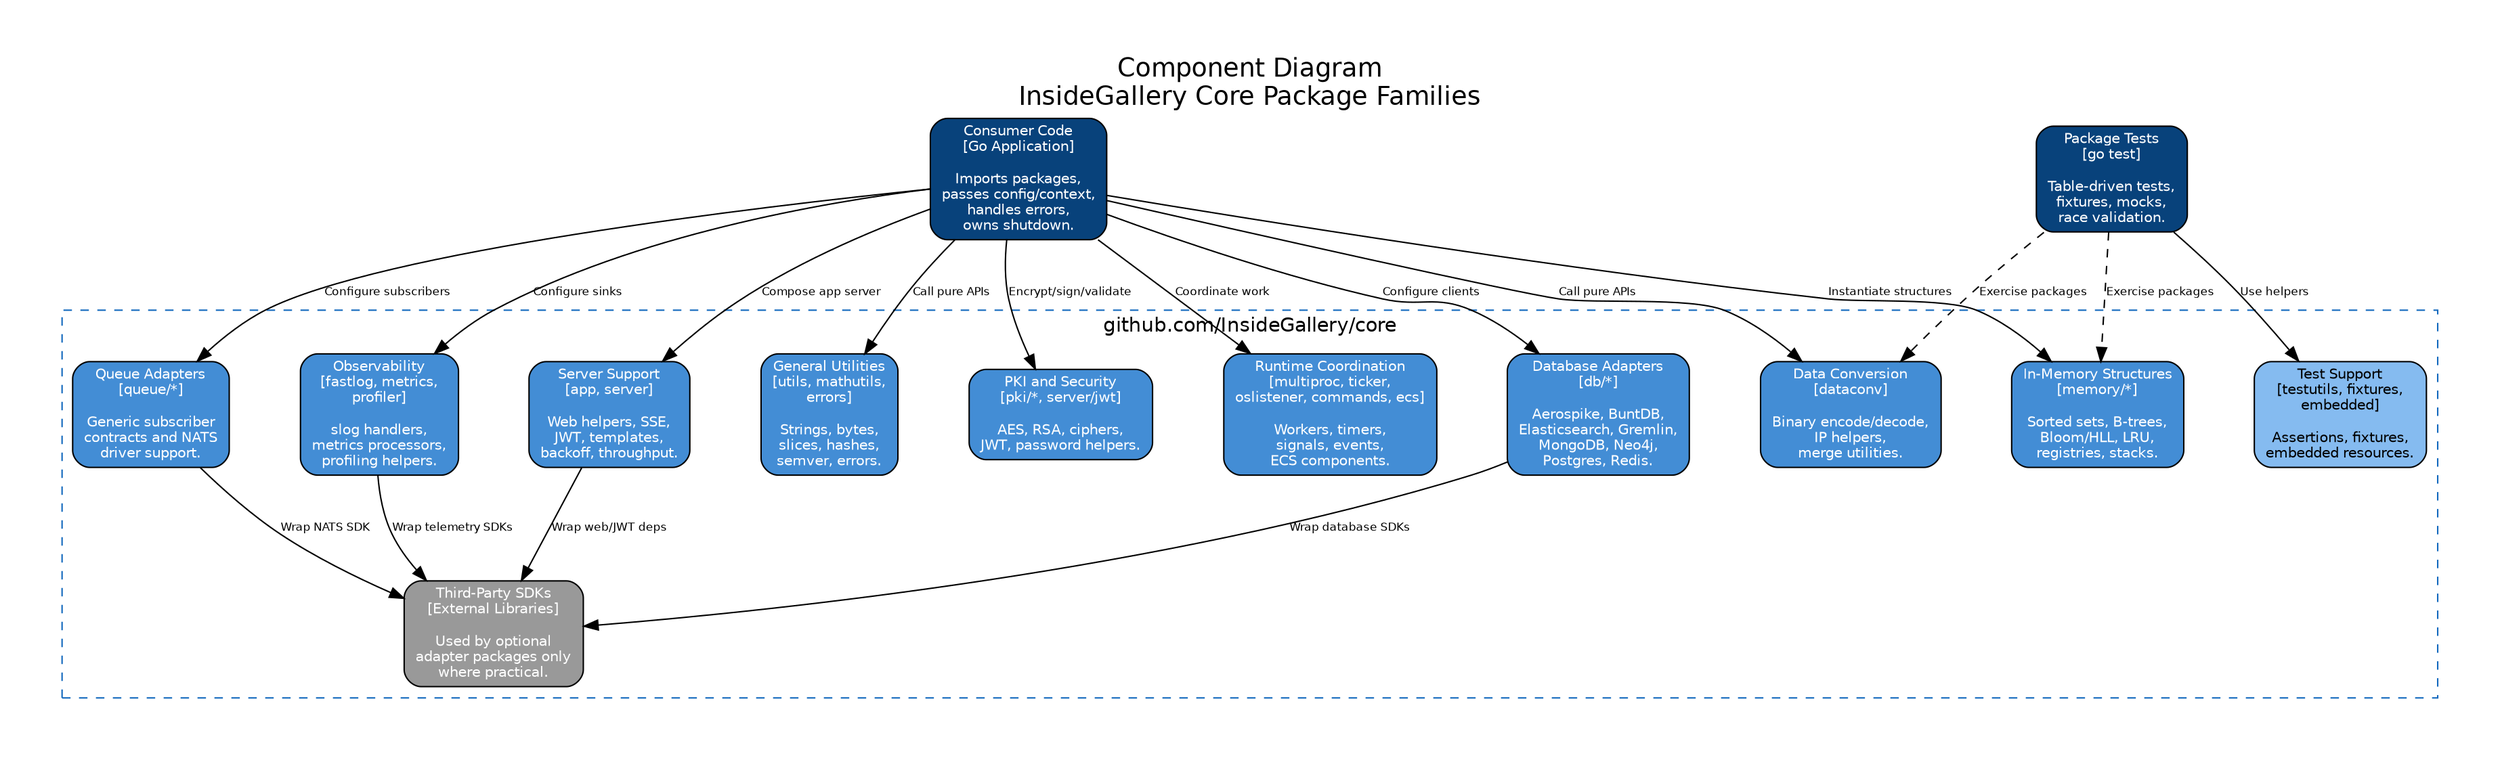
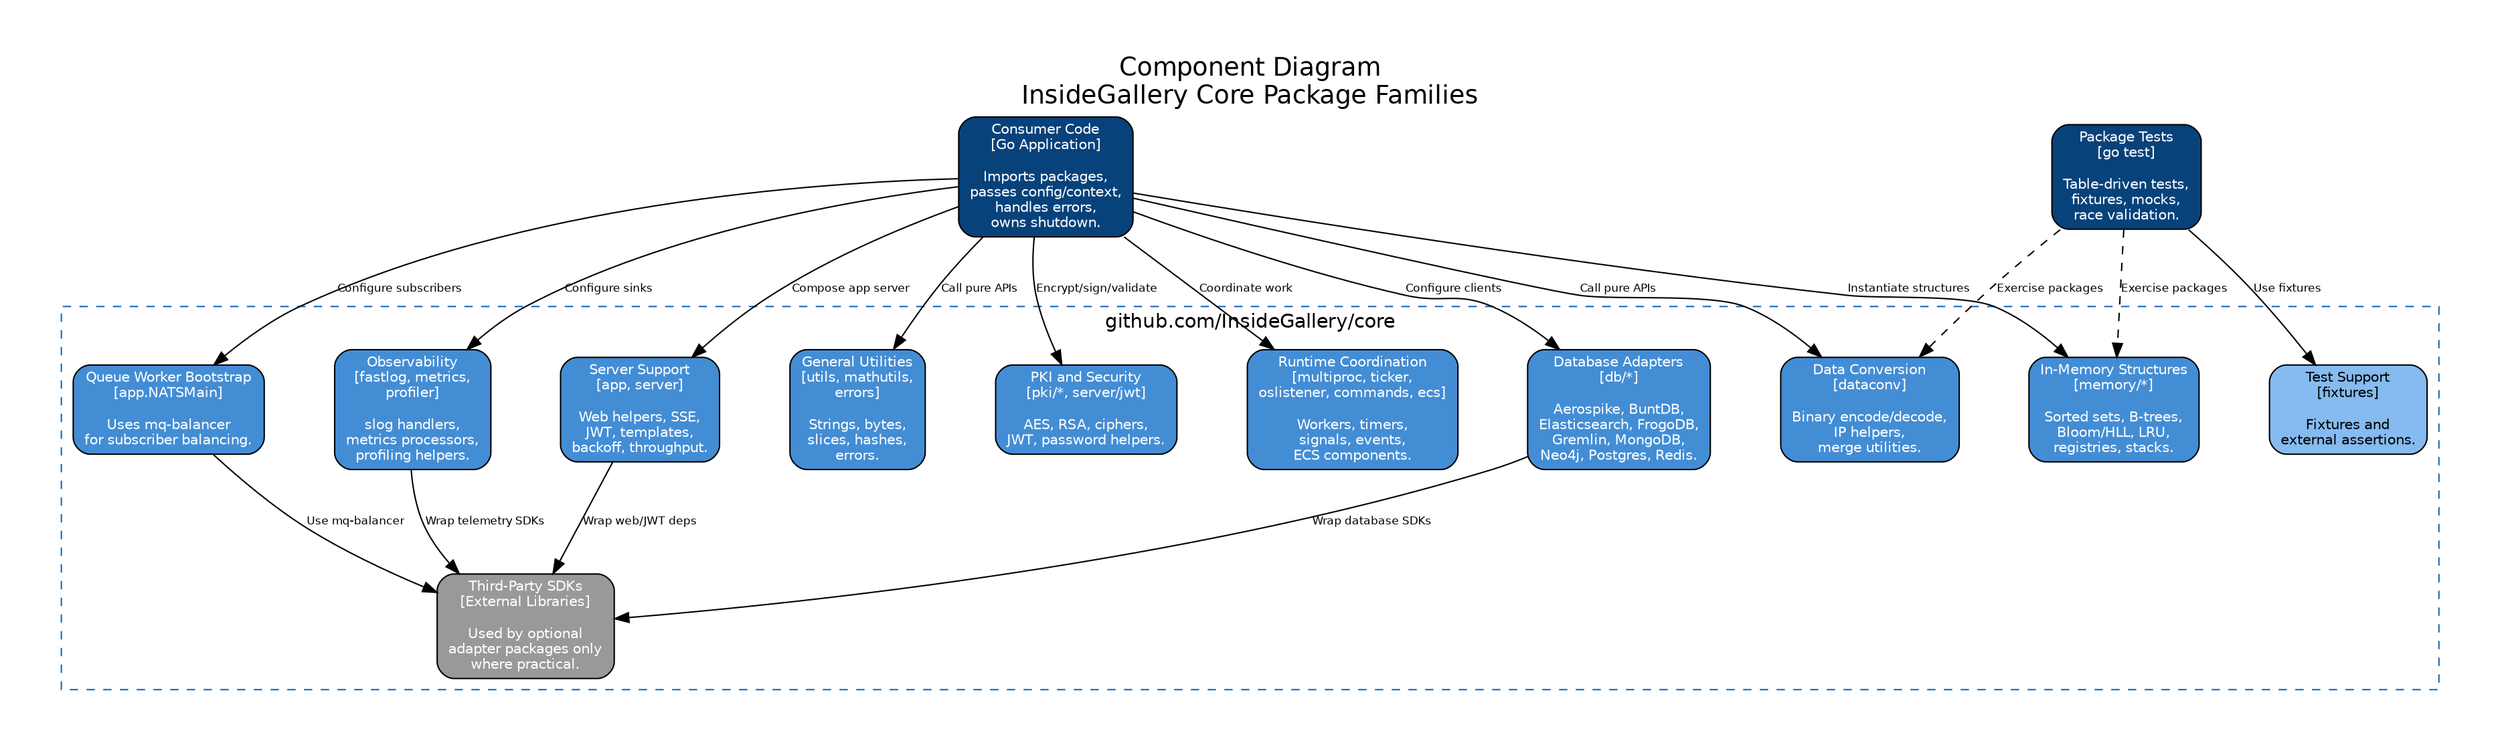
digraph C4_Component_Core {
    graph [
        label="Component Diagram\nInsideGallery Core Package Families"
        labelloc=t
        fontsize=18
        fontname="Helvetica"
        rankdir=TB
        compound=true
        nodesep=0.7
        ranksep=0.9
        pad=0.5
    ]
    node [shape=box style="filled,rounded" fontname="Helvetica" fontsize=10]
    edge [fontname="Helvetica" fontsize=8]

    consumer [
        label="Consumer Code\n[Go Application]\n\nImports packages,\npasses config/context,\nhandles errors,\nowns shutdown."
        fillcolor="#08427B" fontcolor=white
    ]
    tests [
        label="Package Tests\n[go test]\n\nTable-driven tests,\nfixtures, mocks,\nrace validation."
        fillcolor="#08427B" fontcolor=white
    ]

    subgraph cluster_core {
        label="github.com/InsideGallery/core"
        style=dashed
        color="#1168BD"
        fontname="Helvetica"
        fontsize=14

        dataconv [
            label="Data Conversion\n[dataconv]\n\nBinary encode/decode,\nIP helpers,\nmerge utilities."
            fillcolor="#438DD5" fontcolor=white
        ]
        utils [
-             label="General Utilities\n[utils, mathutils,\nerrors]\n\nStrings, bytes,\nslices, hashes,\nsemver, errors."
+             label="General Utilities\n[utils, mathutils,\nerrors]\n\nStrings, bytes,\nslices, hashes,\nerrors."
            fillcolor="#438DD5" fontcolor=white
        ]
        memory [
            label="In-Memory Structures\n[memory/*]\n\nSorted sets, B-trees,\nBloom/HLL, LRU,\nregistries, stacks."
            fillcolor="#438DD5" fontcolor=white
        ]
        pki [
            label="PKI and Security\n[pki/*, server/jwt]\n\nAES, RSA, ciphers,\nJWT, password helpers."
            fillcolor="#438DD5" fontcolor=white
        ]
        runtime [
            label="Runtime Coordination\n[multiproc, ticker,\noslistener, commands, ecs]\n\nWorkers, timers,\nsignals, events,\nECS components."
            fillcolor="#438DD5" fontcolor=white
        ]
        db [
-             label="Database Adapters\n[db/*]\n\nAerospike, BuntDB,\nElasticsearch, Gremlin,\nMongoDB, Neo4j,\nPostgres, Redis."
+             label="Database Adapters\n[db/*]\n\nAerospike, BuntDB,\nElasticsearch, FrogoDB,\nGremlin, MongoDB,\nNeo4j, Postgres, Redis."
            fillcolor="#438DD5" fontcolor=white
        ]
        queue [
-             label="Queue Adapters\n[queue/*]\n\nGeneric subscriber\ncontracts and NATS\ndriver support."
+             label="Queue Worker Bootstrap\n[app.NATSMain]\n\nUses mq-balancer\nfor subscriber balancing."
            fillcolor="#438DD5" fontcolor=white
        ]
        obs [
            label="Observability\n[fastlog, metrics,\nprofiler]\n\nslog handlers,\nmetrics processors,\nprofiling helpers."
            fillcolor="#438DD5" fontcolor=white
        ]
        server [
            label="Server Support\n[app, server]\n\nWeb helpers, SSE,\nJWT, templates,\nbackoff, throughput."
            fillcolor="#438DD5" fontcolor=white
        ]
-         testutils [
-             label="Test Support\n[testutils, fixtures,\nembedded]\n\nAssertions, fixtures,\nembedded resources."
+         fixtures [
+             label="Test Support\n[fixtures]\n\nFixtures and\nexternal assertions."
            fillcolor="#85BBF0" fontcolor=black
        ]
        vendor [
            label="Third-Party SDKs\n[External Libraries]\n\nUsed by optional\nadapter packages only\nwhere practical."
            fillcolor="#999999" fontcolor=white
        ]
    }

    consumer -> dataconv [label="Call pure APIs"]
    consumer -> utils [label="Call pure APIs"]
    consumer -> memory [label="Instantiate structures"]
    consumer -> pki [label="Encrypt/sign/validate"]
    consumer -> runtime [label="Coordinate work"]
    consumer -> db [label="Configure clients"]
    consumer -> queue [label="Configure subscribers"]
    consumer -> obs [label="Configure sinks"]
    consumer -> server [label="Compose app server"]
-     tests -> testutils [label="Use helpers"]
+     tests -> fixtures [label="Use fixtures"]
    tests -> dataconv [label="Exercise packages" style=dashed]
    tests -> memory [label="Exercise packages" style=dashed]

    db -> vendor [label="Wrap database SDKs"]
-     queue -> vendor [label="Wrap NATS SDK"]
+     queue -> vendor [label="Use mq-balancer"]
    obs -> vendor [label="Wrap telemetry SDKs"]
    server -> vendor [label="Wrap web/JWT deps"]
}
